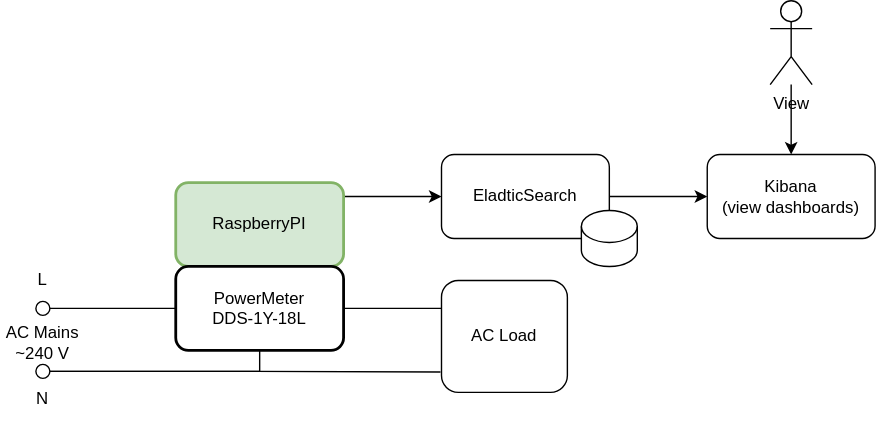
Above: rpi-powermeter/docs/rpi-powermeter-architecture.svg in jveverka/rpi-projects (draw.io), before the change. Source tidied: cells renumbered, new cells last; positions are measured from the earlier drawing's top-left corner, leaving out a move shared by most shapes.
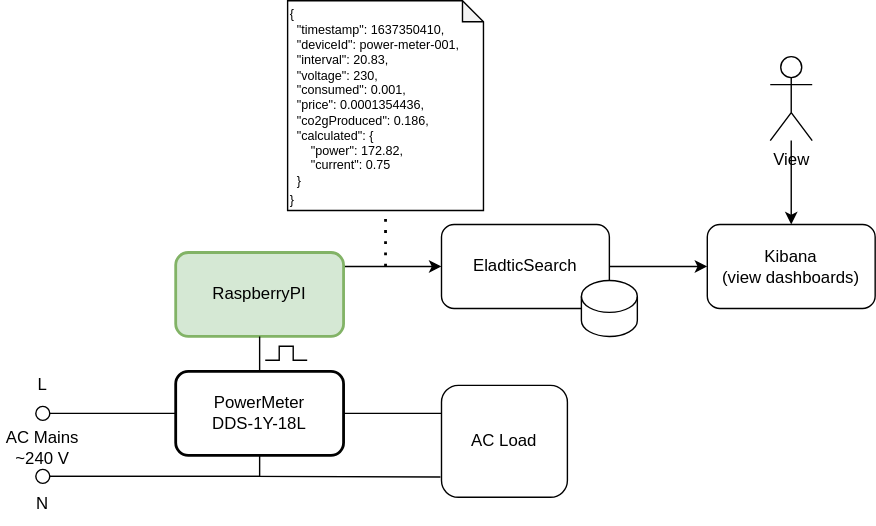
Above is the later version.

The edit, as a diff of the source:
```diff
@@ -5,22 +5,22 @@
     <mxCell id="2" style="edgeStyle=orthogonalEdgeStyle;rounded=0;jettySize=auto;html=1;" parent="1" edge="1" source="3" target="5">
       <mxGeometry relative="1" as="geometry">
         <Array as="points">
-          <mxPoint x="295" y="140" />
-          <mxPoint x="295" y="140" />
+          <mxPoint x="295" y="115" />
+          <mxPoint x="295" y="115" />
         </Array>
       </mxGeometry>
     </mxCell>
     <mxCell id="3" value="&lt;span&gt;RaspberryPI&lt;/span&gt;" style="rounded=1;whiteSpace=wrap;html=1;fillColor=#d5e8d4;strokeColor=#82b366;strokeWidth=2;" parent="1" vertex="1">
-      <mxGeometry x="125" y="130" width="120" height="60" as="geometry" />
+      <mxGeometry x="125" y="105" width="120" height="60" as="geometry" />
     </mxCell>
     <mxCell id="4" style="edgeStyle=orthogonalEdgeStyle;rounded=0;jettySize=auto;html=1;" parent="1" edge="1" source="5" target="6">
       <mxGeometry relative="1" as="geometry" />
     </mxCell>
     <mxCell id="5" value="EladticSearch" style="rounded=1;whiteSpace=wrap;html=1;" parent="1" vertex="1">
-      <mxGeometry x="315" y="110" width="120" height="60" as="geometry" />
+      <mxGeometry x="315" y="85" width="120" height="60" as="geometry" />
     </mxCell>
     <mxCell id="6" value="Kibana&lt;br&gt;(view dashboards)" style="rounded=1;whiteSpace=wrap;html=1;" parent="1" vertex="1">
-      <mxGeometry x="505" y="110" width="120" height="60" as="geometry" />
+      <mxGeometry x="505" y="85" width="120" height="60" as="geometry" />
     </mxCell>
     <mxCell id="7" style="edgeStyle=orthogonalEdgeStyle;rounded=0;jettySize=auto;html=1;entryX=0;entryY=0.25;entryDx=0;entryDy=0;endArrow=none;endFill=0;" parent="1" edge="1" source="9" target="10">
       <mxGeometry relative="1" as="geometry" />
@@ -32,6 +32,9 @@
         </Array>
       </mxGeometry>
     </mxCell>
+    <mxCell id="21" style="edgeStyle=orthogonalEdgeStyle;rounded=0;jettySize=auto;html=1;entryX=0.5;entryY=1;entryDx=0;entryDy=0;endArrow=none;endFill=0;" parent="1" edge="1" source="9" target="3">
+      <mxGeometry relative="1" as="geometry" />
+    </mxCell>
     <mxCell id="9" value="PowerMeter&lt;br&gt;DDS-1Y-18L" style="rounded=1;whiteSpace=wrap;html=1;strokeWidth=2;" parent="1" vertex="1">
       <mxGeometry x="125" y="190" width="120" height="60" as="geometry" />
     </mxCell>
@@ -63,10 +66,30 @@
       <mxGeometry relative="1" as="geometry" />
     </mxCell>
     <mxCell id="19" value="View" style="shape=umlActor;verticalLabelPosition=bottom;verticalAlign=top;html=1;outlineConnect=0;" parent="1" vertex="1">
-      <mxGeometry x="550" width="30" height="60" as="geometry" />
+      <mxGeometry x="550" y="-35" width="30" height="60" as="geometry" />
     </mxCell>
     <mxCell id="20" style="shape=cylinder3;whiteSpace=wrap;html=1;boundedLbl=1;backgroundOutline=1;size=11.416666666666657;" parent="1" vertex="1">
-      <mxGeometry x="415" y="150" width="40" height="40" as="geometry" />
+      <mxGeometry x="415" y="125" width="40" height="40" as="geometry" />
     </mxCell>
+    <mxCell id="22" style="endArrow=none;html=1;rounded=0;" parent="1" edge="1">
+      <mxGeometry relative="1" as="geometry">
+        <mxPoint x="189" y="182" as="sourcePoint" />
+        <mxPoint x="219" y="182" as="targetPoint" />
+        <Array as="points">
+          <mxPoint x="199" y="182" />
+          <mxPoint x="199" y="172" />
+          <mxPoint x="209" y="172" />
+          <mxPoint x="209" y="182" />
+        </Array>
+      </mxGeometry>
+    </mxCell>
+    <mxCell id="23" value="&lt;font style=&quot;font-size: 9px&quot;&gt;{&lt;br&gt;&lt;/font&gt;&lt;div style=&quot;font-size: 9px&quot;&gt;&lt;font style=&quot;font-size: 9px&quot;&gt;&amp;nbsp; &quot;timestamp&quot;: 1637350410,&lt;/font&gt;&lt;/div&gt;&lt;div style=&quot;font-size: 9px&quot;&gt;&lt;font style=&quot;font-size: 9px&quot;&gt;&amp;nbsp; &quot;deviceId&quot;: power-meter-001,&lt;/font&gt;&lt;/div&gt;&lt;div style=&quot;font-size: 9px&quot;&gt;&lt;font style=&quot;font-size: 9px&quot;&gt;&amp;nbsp; &quot;interval&quot;: 20.83,&lt;/font&gt;&lt;/div&gt;&lt;div style=&quot;font-size: 9px&quot;&gt;&lt;font style=&quot;font-size: 9px&quot;&gt;&amp;nbsp; &quot;voltage&quot;: 230,&lt;/font&gt;&lt;/div&gt;&lt;div style=&quot;font-size: 9px&quot;&gt;&lt;font style=&quot;font-size: 9px&quot;&gt;&amp;nbsp; &quot;consumed&quot;: 0.001,&lt;/font&gt;&lt;/div&gt;&lt;div style=&quot;font-size: 9px&quot;&gt;&lt;font style=&quot;font-size: 9px&quot;&gt;&amp;nbsp; &quot;price&quot;: 0.0001354436,&lt;/font&gt;&lt;/div&gt;&lt;div style=&quot;font-size: 9px&quot;&gt;&lt;font style=&quot;font-size: 9px&quot;&gt;&amp;nbsp; &quot;co2gProduced&quot;: 0.186,&lt;/font&gt;&lt;/div&gt;&lt;div style=&quot;font-size: 9px&quot;&gt;&lt;font style=&quot;font-size: 9px&quot;&gt;&amp;nbsp; &quot;calculated&quot;: {&lt;/font&gt;&lt;/div&gt;&lt;div style=&quot;font-size: 9px&quot;&gt;&lt;font style=&quot;font-size: 9px&quot;&gt;&amp;nbsp; &amp;nbsp; &amp;nbsp; &quot;power&quot;: 172.82,&lt;/font&gt;&lt;/div&gt;&lt;div style=&quot;font-size: 9px&quot;&gt;&lt;font style=&quot;font-size: 9px&quot;&gt;&amp;nbsp; &amp;nbsp; &amp;nbsp; &quot;current&quot;: 0.75&lt;/font&gt;&lt;/div&gt;&lt;div style=&quot;font-size: 9px&quot;&gt;&lt;font style=&quot;font-size: 9px&quot;&gt;&amp;nbsp; }&lt;/font&gt;&lt;/div&gt;&lt;font style=&quot;font-size: 9px&quot;&gt;}&lt;/font&gt;" style="shape=note;whiteSpace=wrap;html=1;backgroundOutline=1;darkOpacity=0.05;size=15;align=left;" parent="1" vertex="1">
+      <mxGeometry x="205" y="-75" width="140" height="150" as="geometry" />
+    </mxCell>
+    <mxCell id="24" style="endArrow=none;dashed=1;html=1;dashPattern=1 3;strokeWidth=2;rounded=0;fontSize=9;entryX=0.5;entryY=1;entryDx=0;entryDy=0;entryPerimeter=0;" parent="1" edge="1" target="23">
+      <mxGeometry relative="1" as="geometry">
+        <mxPoint x="275" y="115" as="sourcePoint" />
+      </mxGeometry>
+    </mxCell>
   </root>
 </mxGraphModel>
```
